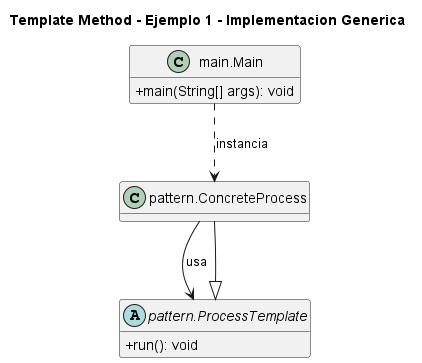
This is 3. Comportamentales/Template Method/Ejemplo 1 - Implementacion Generica/UML.png from NicoCG32/Patrones-de-Software-y-Programacion-UCN, a PlantUML export, as it was before one commit. The source it was exported from:
```plantuml
@startuml
title Template Method - Ejemplo 1 - Implementacion Generica
skinparam classAttributeIconSize 0
hide empty fields
class "main.Main" as main_Main {
  +main(String[] args): void
}
class "pattern.ConcreteProcess" as pattern_ConcreteProcess {
}
abstract class "pattern.ProcessTemplate" as pattern_ProcessTemplate {
  +run(): void
}
pattern_ProcessTemplate <|-- pattern_ConcreteProcess
main_Main ..> pattern_ConcreteProcess : instancia
pattern_ConcreteProcess --> pattern_ProcessTemplate : usa
@enduml
```
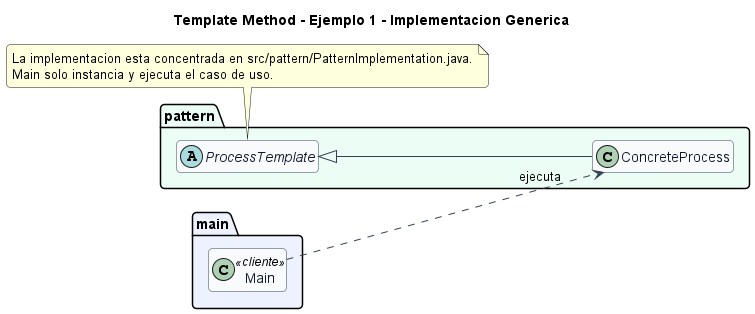
The same diagram one commit later.

Diff of the diagram source:
```diff
@@ -1,16 +1,34 @@
 @startuml
 title Template Method - Ejemplo 1 - Implementacion Generica
+left to right direction
+skinparam backgroundColor #FFFFFF
+skinparam shadowing false
+skinparam roundcorner 8
 skinparam classAttributeIconSize 0
-hide empty fields
-class "main.Main" as main_Main {
-  +main(String[] args): void
+skinparam class {
+  BackgroundColor #F8FAFC
+  BorderColor #334155
+  ArrowColor #334155
+  FontColor #0F172A
 }
-class "pattern.ConcreteProcess" as pattern_ConcreteProcess {
+hide empty members
+
+package "main" #EEF2FF {
+  class Main <<cliente>>
 }
-abstract class "pattern.ProcessTemplate" as pattern_ProcessTemplate {
-  +run(): void
+
+package "pattern" #ECFDF5 {
+  class ConcreteProcess {
+  }
+  abstract class ProcessTemplate {
+  }
 }
-pattern_ProcessTemplate <|-- pattern_ConcreteProcess
-main_Main ..> pattern_ConcreteProcess : instancia
-pattern_ConcreteProcess --> pattern_ProcessTemplate : usa
+
+ProcessTemplate <|-- ConcreteProcess
+Main ..> ConcreteProcess : ejecuta
+
+note bottom
+La implementacion esta concentrada en src/pattern/PatternImplementation.java.
+Main solo instancia y ejecuta el caso de uso.
+end note
 @enduml
```
